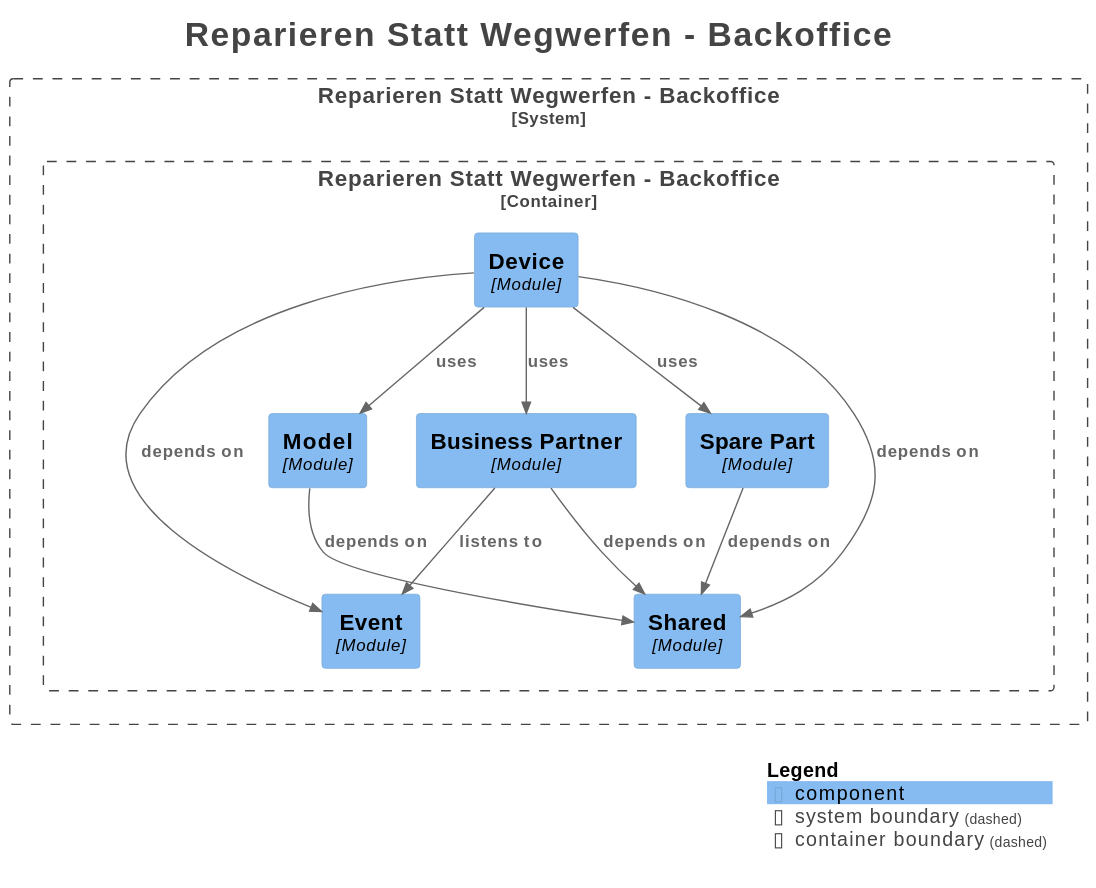
The PlantUML diagram backend/docs/spring-modulith/modules.svg in fafeichter/ReparierenStattWegwerfen-BackOffice, before a commit.
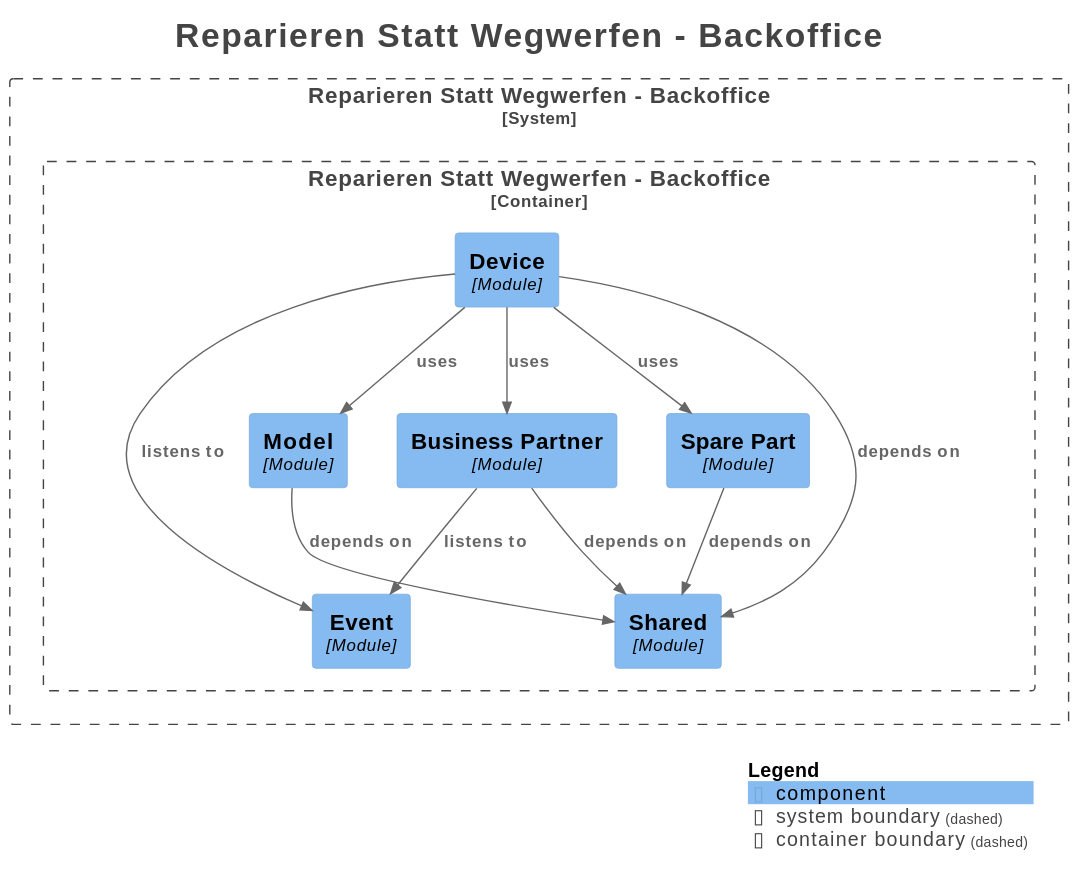
Above is the later version.

Commit message:
Updated module diagram

The edit, as a diff of the source:
```diff
@@ -27,15 +27,15 @@
 
 }
 
+Rel(ReparierenStattWegwerfenBackoffice.ReparierenStattWegwerfenBackoffice.Device, ReparierenStattWegwerfenBackoffice.ReparierenStattWegwerfenBackoffice.Event, "listens to", $techn="", $tags="", $link="")
+Rel(ReparierenStattWegwerfenBackoffice.ReparierenStattWegwerfenBackoffice.Device, ReparierenStattWegwerfenBackoffice.ReparierenStattWegwerfenBackoffice.Shared, "depends on", $techn="", $tags="", $link="")
+Rel(ReparierenStattWegwerfenBackoffice.ReparierenStattWegwerfenBackoffice.Device, ReparierenStattWegwerfenBackoffice.ReparierenStattWegwerfenBackoffice.Model, "uses", $techn="", $tags="", $link="")
+Rel(ReparierenStattWegwerfenBackoffice.ReparierenStattWegwerfenBackoffice.Device, ReparierenStattWegwerfenBackoffice.ReparierenStattWegwerfenBackoffice.BusinessPartner, "uses", $techn="", $tags="", $link="")
+Rel(ReparierenStattWegwerfenBackoffice.ReparierenStattWegwerfenBackoffice.Device, ReparierenStattWegwerfenBackoffice.ReparierenStattWegwerfenBackoffice.SparePart, "uses", $techn="", $tags="", $link="")
 Rel(ReparierenStattWegwerfenBackoffice.ReparierenStattWegwerfenBackoffice.BusinessPartner, ReparierenStattWegwerfenBackoffice.ReparierenStattWegwerfenBackoffice.Event, "listens to", $techn="", $tags="", $link="")
 Rel(ReparierenStattWegwerfenBackoffice.ReparierenStattWegwerfenBackoffice.BusinessPartner, ReparierenStattWegwerfenBackoffice.ReparierenStattWegwerfenBackoffice.Shared, "depends on", $techn="", $tags="", $link="")
+Rel(ReparierenStattWegwerfenBackoffice.ReparierenStattWegwerfenBackoffice.Model, ReparierenStattWegwerfenBackoffice.ReparierenStattWegwerfenBackoffice.Shared, "depends on", $techn="", $tags="", $link="")
 Rel(ReparierenStattWegwerfenBackoffice.ReparierenStattWegwerfenBackoffice.SparePart, ReparierenStattWegwerfenBackoffice.ReparierenStattWegwerfenBackoffice.Shared, "depends on", $techn="", $tags="", $link="")
-Rel(ReparierenStattWegwerfenBackoffice.ReparierenStattWegwerfenBackoffice.Device, ReparierenStattWegwerfenBackoffice.ReparierenStattWegwerfenBackoffice.Shared, "depends on", $techn="", $tags="", $link="")
-Rel(ReparierenStattWegwerfenBackoffice.ReparierenStattWegwerfenBackoffice.Device, ReparierenStattWegwerfenBackoffice.ReparierenStattWegwerfenBackoffice.Event, "depends on", $techn="", $tags="", $link="")
-Rel(ReparierenStattWegwerfenBackoffice.ReparierenStattWegwerfenBackoffice.Device, ReparierenStattWegwerfenBackoffice.ReparierenStattWegwerfenBackoffice.Model, "uses", $techn="", $tags="", $link="")
-Rel(ReparierenStattWegwerfenBackoffice.ReparierenStattWegwerfenBackoffice.Device, ReparierenStattWegwerfenBackoffice.ReparierenStattWegwerfenBackoffice.SparePart, "uses", $techn="", $tags="", $link="")
-Rel(ReparierenStattWegwerfenBackoffice.ReparierenStattWegwerfenBackoffice.Device, ReparierenStattWegwerfenBackoffice.ReparierenStattWegwerfenBackoffice.BusinessPartner, "uses", $techn="", $tags="", $link="")
-Rel(ReparierenStattWegwerfenBackoffice.ReparierenStattWegwerfenBackoffice.Model, ReparierenStattWegwerfenBackoffice.ReparierenStattWegwerfenBackoffice.Shared, "depends on", $techn="", $tags="", $link="")
 
 SHOW_LEGEND(true)
 hide stereotypes
```
